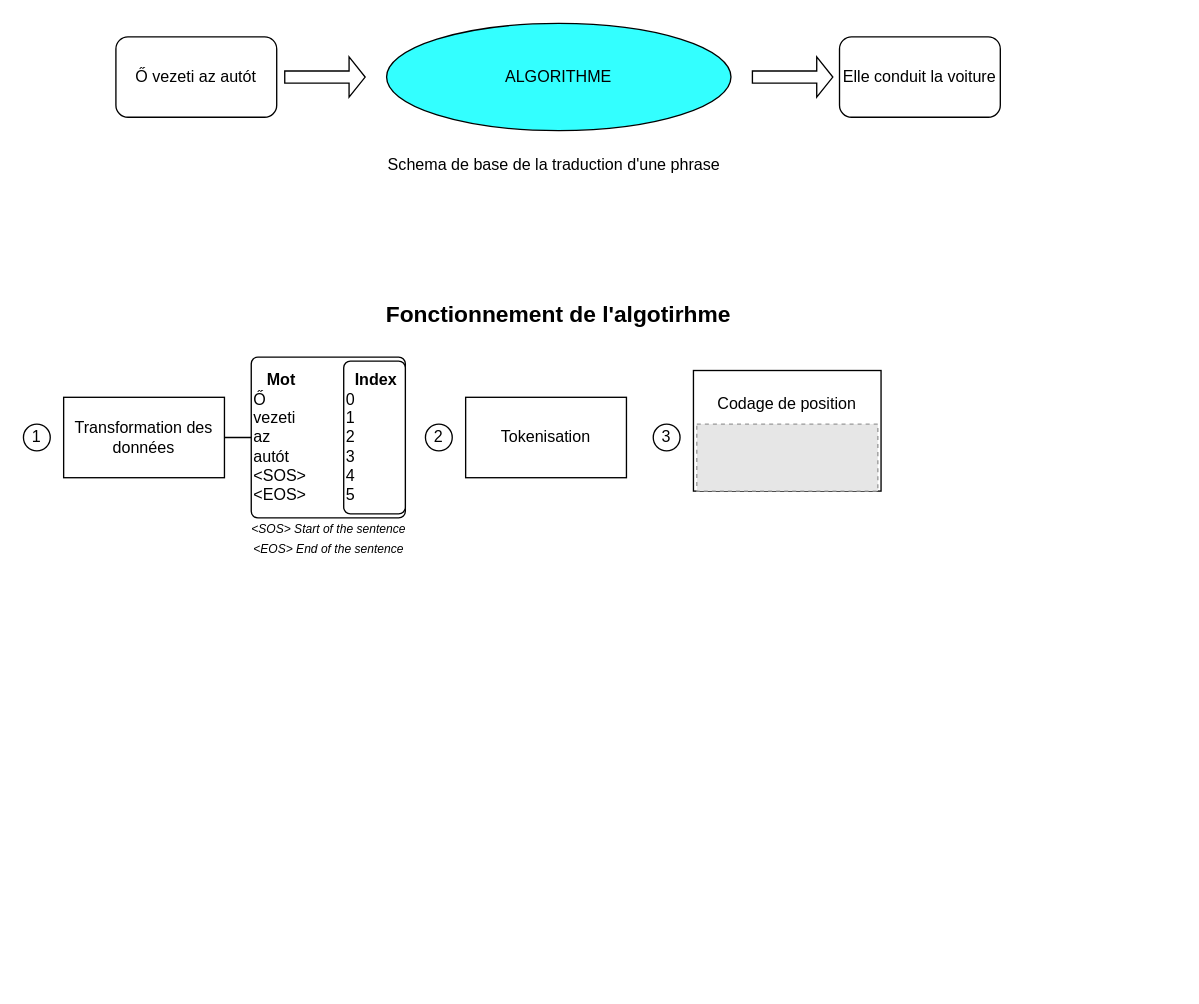
Earlier version of the draw.io diagram Диаграмма без названия.drawio (ViktoriiaVorornina/Traducteur1). Source tidied: cells renumbered, new cells numbered last; positions are measured from the earlier drawing's top-left corner, leaving out a move shared by most shapes. Both pictures are drawn from the tidied source at 134%, with x=0, y=0 at pixel (23, 23). Pictures stored in the file or linked from it are replaced by grey dashed boxes.
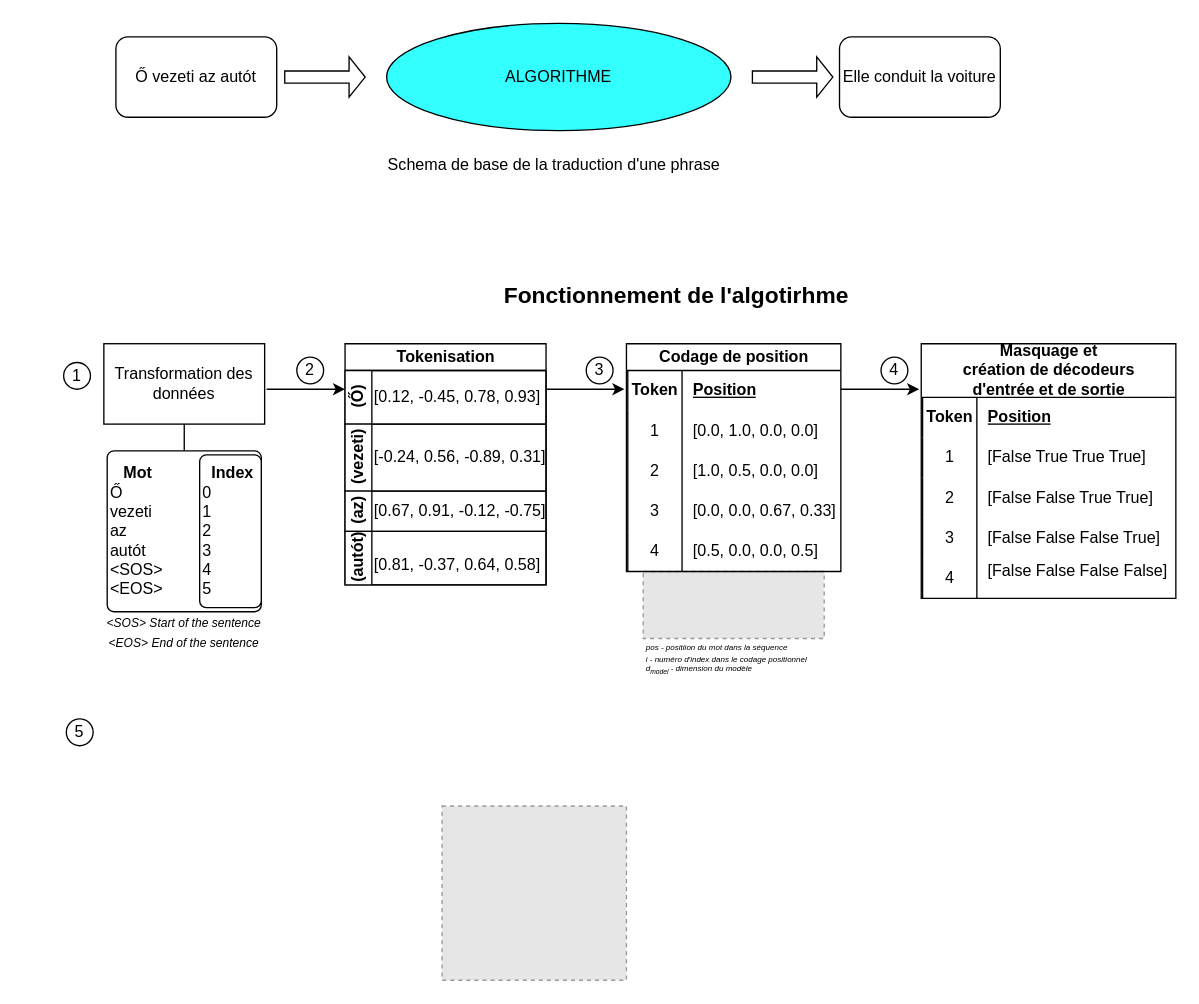
The same diagram, later.

Unchanged cells that the change refers to:
```xml
<mxCell id="14" value="&lt;div style=&quot;text-align: center;&quot;&gt;&lt;span style=&quot;background-color: initial;&quot;&gt;&lt;b&gt;&amp;nbsp; Index&lt;/b&gt;&lt;/span&gt;&lt;/div&gt;&lt;div style=&quot;&quot;&gt;&lt;span style=&quot;background-color: initial;&quot;&gt;0&lt;/span&gt;&lt;/div&gt;1&lt;br&gt;2&lt;br&gt;3&lt;br&gt;4&lt;br&gt;5" style="rounded=1;absoluteArcSize=1;html=1;arcSize=10;whiteSpace=wrap;points=[];strokeColor=inherit;fillColor=inherit;align=left;" parent="12" vertex="1">
  <mxGeometry x="69" y="3" width="46" height="114" as="geometry" />
</mxCell>
```

Change to the diagram source:
```diff
@@
     <mxCell id="7" style="edgeStyle=orthogonalEdgeStyle;rounded=0;jettySize=auto;html=1;" parent="1" edge="1" source="8" target="14">
-      <mxGeometry relative="1" as="geometry" />
+      <mxGeometry relative="1" as="geometry">
+        <Array as="points">
+          <mxPoint x="120" y="379" />
+        </Array>
+      </mxGeometry>
     </mxCell>
     <mxCell id="8" value="Transformation des données" style="rounded=0;whiteSpace=wrap;html=1;" parent="1" vertex="1">
-      <mxGeometry x="30" y="279" width="120" height="60" as="geometry" />
+      <mxGeometry x="60" y="239" width="120" height="60" as="geometry" />
     </mxCell>
@@
     <mxCell id="10" value="&lt;font style=&quot;font-size: 17px;&quot;&gt;&lt;b&gt;Fonctionnement de l'algotirhme&lt;/b&gt;&lt;/font&gt;" style="text;html=1;align=center;verticalAlign=middle;whiteSpace=wrap;rounded=0;" parent="1" vertex="1">
-      <mxGeometry x="224" y="203" width="351" height="30" as="geometry" />
+      <mxGeometry x="312.4" y="189" width="351" height="30" as="geometry" />
     </mxCell>
     <mxCell id="11" value="1" style="ellipse;whiteSpace=wrap;html=1;" parent="1" vertex="1">
-      <mxGeometry y="299" width="20" height="20" as="geometry" />
+      <mxGeometry x="30" y="253" width="20" height="20" as="geometry" />
     </mxCell>
     <mxCell id="12" value="&lt;b&gt;&amp;nbsp; &amp;nbsp;Mot&lt;/b&gt;&lt;br&gt;Ő &lt;br&gt;vezeti &lt;br&gt;az &lt;br&gt;&lt;div style=&quot;&quot;&gt;&lt;span style=&quot;background-color: initial;&quot;&gt;autót&lt;/span&gt;&lt;/div&gt;&lt;div style=&quot;&quot;&gt;&amp;lt;SOS&amp;gt;&lt;/div&gt;&lt;div style=&quot;&quot;&gt;&amp;lt;EOS&amp;gt;&lt;/div&gt;" style="rounded=1;absoluteArcSize=1;html=1;arcSize=10;align=left;" parent="1" vertex="1">
-      <mxGeometry x="170" y="249" width="115" height="120" as="geometry" />
+      <mxGeometry x="62.5" y="319" width="115" height="120" as="geometry" />
     </mxCell>
@@
     <mxCell id="16" value="&lt;font style=&quot;font-size: 9px;&quot;&gt;&lt;i&gt;&amp;lt;SOS&amp;gt; Start of the sentence&lt;br&gt;&amp;lt;EOS&amp;gt; End of the sentence&lt;/i&gt;&lt;/font&gt;" style="text;html=1;align=center;verticalAlign=middle;whiteSpace=wrap;rounded=0;" parent="1" vertex="1">
-      <mxGeometry x="139.5" y="349" width="176" height="70" as="geometry" />
+      <mxGeometry x="32" y="419" width="176" height="70" as="geometry" />
     </mxCell>
     <mxCell id="17" value="2" style="ellipse;whiteSpace=wrap;html=1;" parent="1" vertex="1">
-      <mxGeometry x="300" y="299" width="20" height="20" as="geometry" />
+      <mxGeometry x="204" y="249" width="20" height="20" as="geometry" />
     </mxCell>
+    <mxCell id="19" value="3" style="ellipse;whiteSpace=wrap;html=1;" parent="1" vertex="1">
+      <mxGeometry x="420" y="249" width="20" height="20" as="geometry" />
+    </mxCell>
+    <mxCell id="21" style="fillColor=#E6E6E6;strokeColor=#999999;dashed=1;verticalLabelPosition=bottom;labelBackgroundColor=default;verticalAlign=top;" parent="1" vertex="1">
+      <mxGeometry x="462.5" y="409" width="135.1" height="50" as="geometry" />
+    </mxCell>
+    <mxCell id="22" value="&lt;div style=&quot;text-align: left;&quot;&gt;&lt;span style=&quot;font-size: 6px; font-style: italic; background-color: initial;&quot;&gt;pos - positiion du mot dans la séquence&lt;/span&gt;&lt;/div&gt;&lt;font style=&quot;font-size: 6px;&quot;&gt;&lt;div style=&quot;text-align: left;&quot;&gt;&lt;span style=&quot;font-style: italic; background-color: initial;&quot;&gt;i - numéro d'index dans le codage positionnel&lt;/span&gt;&lt;/div&gt;&lt;font style=&quot;font-style: italic; font-size: 6px;&quot;&gt;&lt;div style=&quot;text-align: left;&quot;&gt;&lt;font style=&quot;background-color: initial;&quot;&gt;d&lt;/font&gt;&lt;span style=&quot;background-color: initial;&quot;&gt;&lt;sub&gt;model&lt;/sub&gt; &lt;/span&gt;&lt;span style=&quot;background-color: initial;&quot;&gt;- dimension du modèle&lt;/span&gt;&lt;/div&gt;&lt;/font&gt;&lt;br&gt;&lt;/font&gt;" style="text;html=1;align=center;verticalAlign=middle;whiteSpace=wrap;rounded=0;" parent="1" vertex="1">
+      <mxGeometry x="429.5" y="459" width="190" height="40" as="geometry" />
+    </mxCell>
+    <mxCell id="23" value="5" style="ellipse;whiteSpace=wrap;html=1;" parent="1" vertex="1">
+      <mxGeometry x="32" y="519" width="20" height="20" as="geometry" />
+    </mxCell>
+    <mxCell id="24" style="fillColor=#E6E6E6;strokeColor=#999999;dashed=1;verticalLabelPosition=bottom;labelBackgroundColor=default;verticalAlign=top;" parent="1" vertex="1">
+      <mxGeometry x="312.4" y="584" width="137.6" height="130" as="geometry" />
+    </mxCell>
+    <mxCell id="25" value="4" style="ellipse;whiteSpace=wrap;html=1;" parent="1" vertex="1">
+      <mxGeometry x="640" y="249" width="20" height="20" as="geometry" />
+    </mxCell>
+    <mxCell id="26" style="endArrow=classic;html=1;rounded=0;" parent="1" edge="1">
+      <mxGeometry relative="1" as="geometry">
+        <mxPoint x="181.5" y="273" as="sourcePoint" />
+        <mxPoint x="240" y="273" as="targetPoint" />
+      </mxGeometry>
+    </mxCell>
-    <mxCell id="18" value="Tokenisation" style="rounded=0;whiteSpace=wrap;html=1;" parent="1" vertex="1">
-      <mxGeometry x="330" y="279" width="120" height="60" as="geometry" />
+    <mxCell id="18" value="Tokenisation" style="swimlane;horizontal=1;startSize=20;html=1;verticalAlign=middle;" parent="1" vertex="1">
+      <mxGeometry x="240" y="239" width="150" height="180" as="geometry" />
     </mxCell>
-    <mxCell id="19" value="3" style="ellipse;whiteSpace=wrap;html=1;" parent="1" vertex="1">
-      <mxGeometry x="470" y="299" width="20" height="20" as="geometry" />
-    </mxCell>
+    <mxCell id="27" value="(Ő)" style="swimlane;startSize=20;horizontal=0;html=1;" parent="18" vertex="1">
+      <mxGeometry y="20" width="150" height="40" as="geometry" />
+    </mxCell>
+    <mxCell id="28" value="[0.12, -0.45, 0.78, 0.93]" style="text;html=1;align=left;verticalAlign=middle;strokeColor=none;fillColor=none;" parent="27" vertex="1">
+      <mxGeometry x="20" y="5" width="150" height="30" as="geometry" />
+    </mxCell>
+    <mxCell id="29" style="endArrow=classic;html=1;rounded=0;" parent="27" edge="1">
+      <mxGeometry relative="1" as="geometry">
+        <mxPoint x="150" y="14" as="sourcePoint" />
+        <mxPoint x="208.5" y="14" as="targetPoint" />
+      </mxGeometry>
+    </mxCell>
+    <mxCell id="30" value="(vezeti)" style="swimlane;startSize=20;horizontal=0;html=1;" parent="18" vertex="1">
+      <mxGeometry y="60" width="150" height="50" as="geometry" />
+    </mxCell>
+    <mxCell id="31" value="[-0.24, 0.56, -0.89, 0.31]" style="text;html=1;align=left;verticalAlign=middle;strokeColor=none;fillColor=none;" parent="30" vertex="1">
+      <mxGeometry x="20" y="10" width="150" height="30" as="geometry" />
+    </mxCell>
+    <mxCell id="32" value="&lt;br&gt;(az)&lt;div&gt;&lt;br&gt;&lt;/div&gt;" style="swimlane;startSize=20;horizontal=0;html=1;" parent="18" vertex="1">
+      <mxGeometry y="110" width="150" height="30" as="geometry" />
+    </mxCell>
+    <mxCell id="33" value="[0.67, 0.91, -0.12, -0.75]" style="text;html=1;align=left;verticalAlign=middle;strokeColor=none;fillColor=none;" parent="32" vertex="1">
+      <mxGeometry x="20" width="150" height="30" as="geometry" />
+    </mxCell>
+    <mxCell id="34" value="(autót)" style="swimlane;startSize=20;horizontal=0;html=1;" parent="18" vertex="1">
+      <mxGeometry y="140" width="150" height="40" as="geometry" />
+    </mxCell>
+    <mxCell id="35" value="[0.81, -0.37, 0.64, 0.58]" style="text;html=1;align=left;verticalAlign=middle;strokeColor=none;fillColor=none;" parent="34" vertex="1">
+      <mxGeometry x="20" y="10" width="150" height="30" as="geometry" />
+    </mxCell>
-    <mxCell id="20" value="&lt;p style=&quot;line-height: 110%;&quot;&gt;Codage de position&lt;/p&gt;" style="rounded=0;whiteSpace=wrap;html=1;horizontal=1;verticalAlign=top;" parent="1" vertex="1">
-      <mxGeometry x="500" y="259" width="140" height="90" as="geometry" />
+    <mxCell id="20" value="Codage de position" style="shape=table;startSize=20;childLayout=tableLayout;rowLines=0;fontStyle=1;align=center;html=1;" parent="1" vertex="1">
+      <mxGeometry x="450" y="239" width="160" height="170" as="geometry" />
     </mxCell>
-    <mxCell id="21" style="fillColor=#E6E6E6;strokeColor=#999999;dashed=1;verticalLabelPosition=bottom;labelBackgroundColor=default;verticalAlign=top;" parent="1" vertex="1">
-      <mxGeometry x="502.5" y="299" width="135.1" height="50" as="geometry" />
-    </mxCell>
+    <mxCell id="36" style="shape=tableRow;horizontal=0;startSize=1;swimlaneHead=0;swimlaneBody=0;fillColor=none;top=0;left=0;right=0;bottom=1;" parent="20" vertex="1">
+      <mxGeometry y="20" width="160" height="30" as="geometry" />
+    </mxCell>
+    <mxCell id="37" value="Token" style="shape=partialRectangle;fillColor=none;top=0;left=0;bottom=0;right=0;fontStyle=1;overflow=hidden;whiteSpace=wrap;html=1;" parent="36" vertex="1">
+      <mxGeometry x="1" width="40.5" height="30" as="geometry" />
+    </mxCell>
+    <mxCell id="38" value="Position" style="shape=partialRectangle;fillColor=none;top=0;left=0;bottom=0;right=0;align=left;spacingLeft=6;fontStyle=5;overflow=hidden;whiteSpace=wrap;html=1;" parent="36" vertex="1">
+      <mxGeometry x="41.5" width="118.5" height="30" as="geometry" />
+    </mxCell>
+    <mxCell id="39" style="shape=tableRow;horizontal=0;startSize=1;swimlaneHead=0;swimlaneBody=0;fillColor=none;top=0;left=0;right=0;bottom=0;" parent="20" vertex="1">
+      <mxGeometry y="50" width="160" height="30" as="geometry" />
+    </mxCell>
+    <mxCell id="40" value="1" style="shape=partialRectangle;fillColor=none;top=0;left=0;bottom=0;right=0;overflow=hidden;whiteSpace=wrap;html=1;" parent="39" vertex="1">
+      <mxGeometry x="1" width="40.5" height="30" as="geometry" />
+    </mxCell>
+    <mxCell id="41" value="[0.0, 1.0, 0.0, 0.0]" style="shape=partialRectangle;fillColor=none;top=0;left=0;bottom=0;right=0;align=left;spacingLeft=6;overflow=hidden;whiteSpace=wrap;html=1;" parent="39" vertex="1">
+      <mxGeometry x="41.5" width="118.5" height="30" as="geometry" />
+    </mxCell>
+    <mxCell id="42" style="shape=tableRow;horizontal=0;startSize=1;swimlaneHead=0;swimlaneBody=0;fillColor=none;top=0;left=0;right=0;bottom=0;" parent="20" vertex="1">
+      <mxGeometry y="80" width="160" height="30" as="geometry" />
+    </mxCell>
+    <mxCell id="43" value="2" style="shape=partialRectangle;fillColor=none;top=0;left=0;bottom=0;right=0;overflow=hidden;whiteSpace=wrap;html=1;" parent="42" vertex="1">
+      <mxGeometry x="1" width="40.5" height="30" as="geometry" />
+    </mxCell>
+    <mxCell id="44" value="[1.0, 0.5, 0.0, 0.0]" style="shape=partialRectangle;fillColor=none;top=0;left=0;bottom=0;right=0;align=left;spacingLeft=6;overflow=hidden;whiteSpace=wrap;html=1;" parent="42" vertex="1">
+      <mxGeometry x="41.5" width="118.5" height="30" as="geometry" />
+    </mxCell>
+    <mxCell id="45" style="shape=tableRow;horizontal=0;startSize=1;swimlaneHead=0;swimlaneBody=0;fillColor=none;top=0;left=0;right=0;bottom=0;" parent="20" vertex="1">
+      <mxGeometry y="110" width="160" height="30" as="geometry" />
+    </mxCell>
+    <mxCell id="46" value="3" style="shape=partialRectangle;fillColor=none;top=0;left=0;bottom=0;right=0;overflow=hidden;whiteSpace=wrap;html=1;" parent="45" vertex="1">
+      <mxGeometry x="1" width="40.5" height="30" as="geometry" />
+    </mxCell>
+    <mxCell id="47" value="[0.0, 0.0, 0.67, 0.33]" style="shape=partialRectangle;fillColor=none;top=0;left=0;bottom=0;right=0;align=left;spacingLeft=6;overflow=hidden;whiteSpace=wrap;html=1;" parent="45" vertex="1">
+      <mxGeometry x="41.5" width="118.5" height="30" as="geometry" />
+    </mxCell>
+    <mxCell id="48" style="shape=tableRow;horizontal=0;startSize=1;swimlaneHead=0;swimlaneBody=0;fillColor=none;top=0;left=0;right=0;bottom=0;" parent="20" vertex="1">
+      <mxGeometry y="140" width="160" height="30" as="geometry" />
+    </mxCell>
+    <mxCell id="49" value="4" style="shape=partialRectangle;fillColor=none;top=0;left=0;bottom=0;right=0;overflow=hidden;whiteSpace=wrap;html=1;" parent="48" vertex="1">
+      <mxGeometry x="1" width="40.5" height="30" as="geometry" />
+    </mxCell>
+    <mxCell id="50" value="[0.5, 0.0, 0.0, 0.5]" style="shape=partialRectangle;fillColor=none;top=0;left=0;bottom=0;right=0;align=left;spacingLeft=6;overflow=hidden;whiteSpace=wrap;html=1;" parent="48" vertex="1">
+      <mxGeometry x="41.5" width="118.5" height="30" as="geometry" />
+    </mxCell>
+    <mxCell id="51" style="endArrow=classic;html=1;rounded=0;" parent="1" edge="1">
+      <mxGeometry relative="1" as="geometry">
+        <mxPoint x="610" y="273" as="sourcePoint" />
+        <mxPoint x="668.5" y="273" as="targetPoint" />
+      </mxGeometry>
+    </mxCell>
+    <mxCell id="52" value="Masquage et &lt;br&gt;création de décodeurs &lt;br&gt;d'entrée et de sortie" style="shape=table;startSize=40;childLayout=tableLayout;rowLines=0;fontStyle=1;align=center;html=1;" parent="1" vertex="1">
+      <mxGeometry x="670" y="239" width="190" height="190" as="geometry" />
+    </mxCell>
+    <mxCell id="53" style="shape=tableRow;horizontal=0;startSize=1;swimlaneHead=0;swimlaneBody=0;fillColor=none;top=0;left=0;right=0;bottom=1;" parent="52" vertex="1">
+      <mxGeometry y="40" width="190" height="30" as="geometry" />
+    </mxCell>
+    <mxCell id="54" value="Token" style="shape=partialRectangle;fillColor=none;top=0;left=0;bottom=0;right=0;fontStyle=1;overflow=hidden;whiteSpace=wrap;html=1;" parent="53" vertex="1">
+      <mxGeometry x="1" width="40.5" height="30" as="geometry" />
+    </mxCell>
+    <mxCell id="55" value="Position" style="shape=partialRectangle;fillColor=none;top=0;left=0;bottom=0;right=0;align=left;spacingLeft=6;fontStyle=5;overflow=hidden;whiteSpace=wrap;html=1;" parent="53" vertex="1">
+      <mxGeometry x="41.5" width="148.5" height="30" as="geometry" />
+    </mxCell>
+    <mxCell id="56" style="shape=tableRow;horizontal=0;startSize=1;swimlaneHead=0;swimlaneBody=0;fillColor=none;top=0;left=0;right=0;bottom=0;" parent="52" vertex="1">
+      <mxGeometry y="70" width="190" height="30" as="geometry" />
+    </mxCell>
+    <mxCell id="57" value="1" style="shape=partialRectangle;fillColor=none;top=0;left=0;bottom=0;right=0;overflow=hidden;whiteSpace=wrap;html=1;" parent="56" vertex="1">
+      <mxGeometry x="1" width="40.5" height="30" as="geometry" />
+    </mxCell>
+    <mxCell id="58" value="[False  True  True  True]" style="shape=partialRectangle;fillColor=none;top=0;left=0;bottom=0;right=0;align=left;spacingLeft=6;overflow=hidden;whiteSpace=wrap;html=1;" parent="56" vertex="1">
+      <mxGeometry x="41.5" width="148.5" height="30" as="geometry" />
+    </mxCell>
+    <mxCell id="59" style="shape=tableRow;horizontal=0;startSize=1;swimlaneHead=0;swimlaneBody=0;fillColor=none;top=0;left=0;right=0;bottom=0;" parent="52" vertex="1">
+      <mxGeometry y="100" width="190" height="30" as="geometry" />
+    </mxCell>
+    <mxCell id="60" value="2" style="shape=partialRectangle;fillColor=none;top=0;left=0;bottom=0;right=0;overflow=hidden;whiteSpace=wrap;html=1;" parent="59" vertex="1">
+      <mxGeometry x="1" width="40.5" height="30" as="geometry" />
+    </mxCell>
+    <mxCell id="61" value="[False False  True  True]" style="shape=partialRectangle;fillColor=none;top=0;left=0;bottom=0;right=0;align=left;spacingLeft=6;overflow=hidden;whiteSpace=wrap;html=1;" parent="59" vertex="1">
+      <mxGeometry x="41.5" width="148.5" height="30" as="geometry" />
+    </mxCell>
+    <mxCell id="62" style="shape=tableRow;horizontal=0;startSize=1;swimlaneHead=0;swimlaneBody=0;fillColor=none;top=0;left=0;right=0;bottom=0;" parent="52" vertex="1">
+      <mxGeometry y="130" width="190" height="30" as="geometry" />
+    </mxCell>
+    <mxCell id="63" value="3" style="shape=partialRectangle;fillColor=none;top=0;left=0;bottom=0;right=0;overflow=hidden;whiteSpace=wrap;html=1;" parent="62" vertex="1">
+      <mxGeometry x="1" width="40.5" height="30" as="geometry" />
+    </mxCell>
+    <mxCell id="64" value="[False False False  True]" style="shape=partialRectangle;fillColor=none;top=0;left=0;bottom=0;right=0;align=left;spacingLeft=6;overflow=hidden;whiteSpace=wrap;html=1;" parent="62" vertex="1">
+      <mxGeometry x="41.5" width="148.5" height="30" as="geometry" />
+    </mxCell>
+    <mxCell id="65" style="shape=tableRow;horizontal=0;startSize=1;swimlaneHead=0;swimlaneBody=0;fillColor=none;top=0;left=0;right=0;bottom=0;" parent="52" vertex="1">
+      <mxGeometry y="160" width="190" height="30" as="geometry" />
+    </mxCell>
+    <mxCell id="66" value="4" style="shape=partialRectangle;fillColor=none;top=0;left=0;bottom=0;right=0;overflow=hidden;whiteSpace=wrap;html=1;" parent="65" vertex="1">
+      <mxGeometry x="1" width="40.5" height="30" as="geometry" />
+    </mxCell>
+    <mxCell id="67" value=" [False False False False]&lt;br&gt;&lt;div&gt;&lt;br&gt;&lt;/div&gt;" style="shape=partialRectangle;fillColor=none;top=0;left=0;bottom=0;right=0;align=left;spacingLeft=6;overflow=hidden;whiteSpace=wrap;html=1;" parent="65" vertex="1">
+      <mxGeometry x="41.5" width="148.5" height="30" as="geometry" />
+    </mxCell>
```
